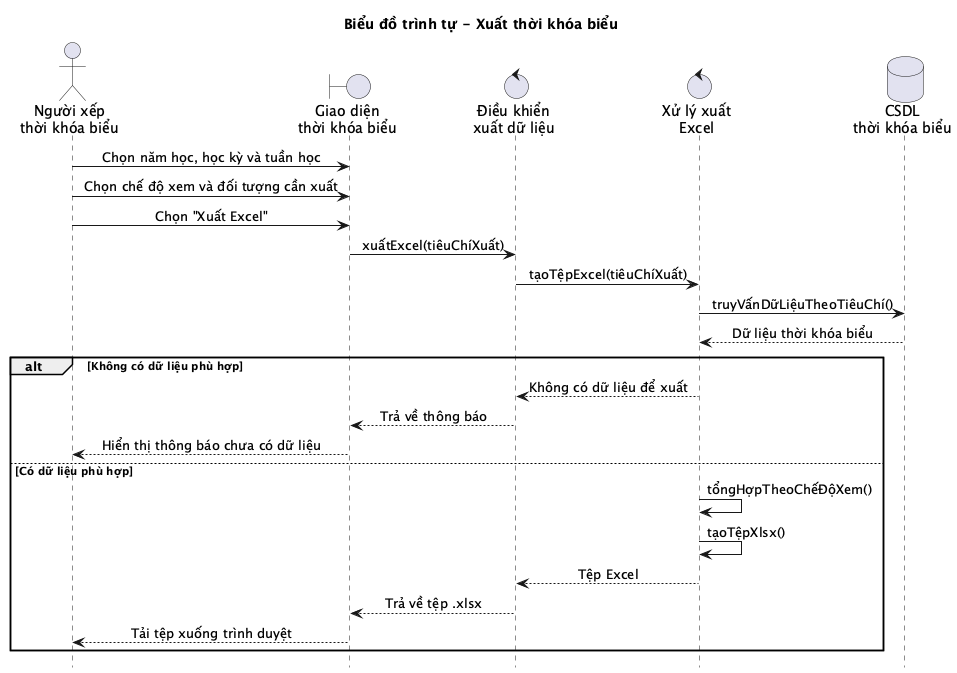
Above: report/Hinhve/SequenceDiagram/sequence_xuat_tkb.png in ntth2000/edu-scheduling (PlantUML), before the change. Source of this version:
```plantuml
@startuml
title Biểu đồ trình tự - Xuất thời khóa biểu
hide footbox
skinparam sequenceMessageAlign center
skinparam responseMessageBelowArrow true

actor "Người xếp\nthời khóa biểu" as User
boundary "Giao diện\nthời khóa biểu" as UI
control "Điều khiển\nxuất dữ liệu" as Controller
control "Xử lý xuất\nExcel" as ExportService
database "CSDL\nthời khóa biểu" as DB

User -> UI: Chọn năm học, học kỳ và tuần học
User -> UI: Chọn chế độ xem và đối tượng cần xuất
User -> UI: Chọn "Xuất Excel"
UI -> Controller: xuấtExcel(tiêuChíXuất)
Controller -> ExportService: tạoTệpExcel(tiêuChíXuất)
ExportService -> DB: truyVấnDữLiệuTheoTiêuChí()
DB --> ExportService: Dữ liệu thời khóa biểu

alt Không có dữ liệu phù hợp
    ExportService --> Controller: Không có dữ liệu để xuất
    Controller --> UI: Trả về thông báo
    UI --> User: Hiển thị thông báo chưa có dữ liệu
else Có dữ liệu phù hợp
    ExportService -> ExportService: tổngHợpTheoChếĐộXem()
    ExportService -> ExportService: tạoTệpXlsx()
    ExportService --> Controller: Tệp Excel
    Controller --> UI: Trả về tệp .xlsx
    UI --> User: Tải tệp xuống trình duyệt
end
@enduml
```
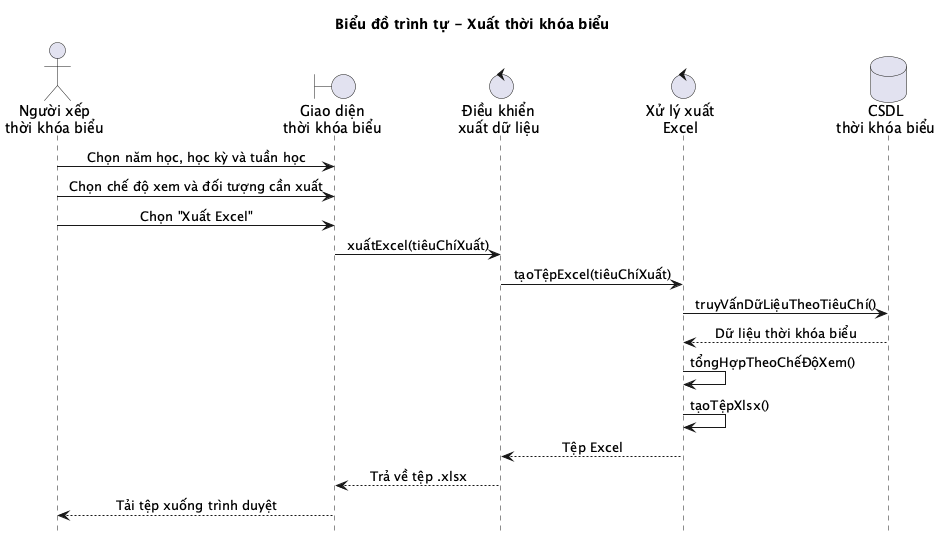
After the change.

What changed in the source:
```diff
@@ -17,16 +17,9 @@
 Controller -> ExportService: tạoTệpExcel(tiêuChíXuất)
 ExportService -> DB: truyVấnDữLiệuTheoTiêuChí()
 DB --> ExportService: Dữ liệu thời khóa biểu
-
-alt Không có dữ liệu phù hợp
-    ExportService --> Controller: Không có dữ liệu để xuất
-    Controller --> UI: Trả về thông báo
-    UI --> User: Hiển thị thông báo chưa có dữ liệu
-else Có dữ liệu phù hợp
-    ExportService -> ExportService: tổngHợpTheoChếĐộXem()
-    ExportService -> ExportService: tạoTệpXlsx()
-    ExportService --> Controller: Tệp Excel
-    Controller --> UI: Trả về tệp .xlsx
-    UI --> User: Tải tệp xuống trình duyệt
-end
+ExportService -> ExportService: tổngHợpTheoChếĐộXem()
+ExportService -> ExportService: tạoTệpXlsx()
+ExportService --> Controller: Tệp Excel
+Controller --> UI: Trả về tệp .xlsx
+UI --> User: Tải tệp xuống trình duyệt
 @enduml
```
